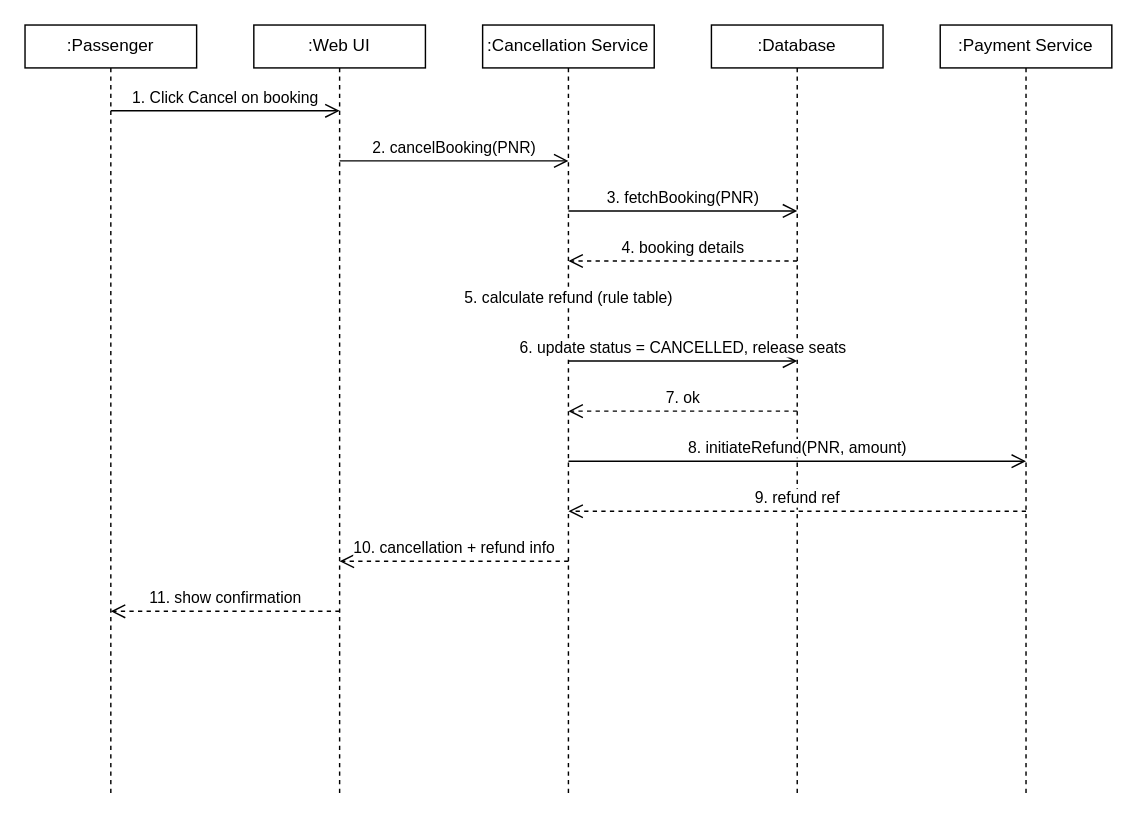
The draw.io diagram docs/sad/sequence-diagram-cancel-ticket.drawio in se-mini-project-t16/railway-reservation-system, before the edit. Source tidied: cells renumbered, new cells numbered last; positions are measured from the earlier drawing's top-left corner, leaving out a move shared by most shapes. Both pictures are drawn from the tidied source at 143%, with x=0, y=0 at pixel (24, 24).
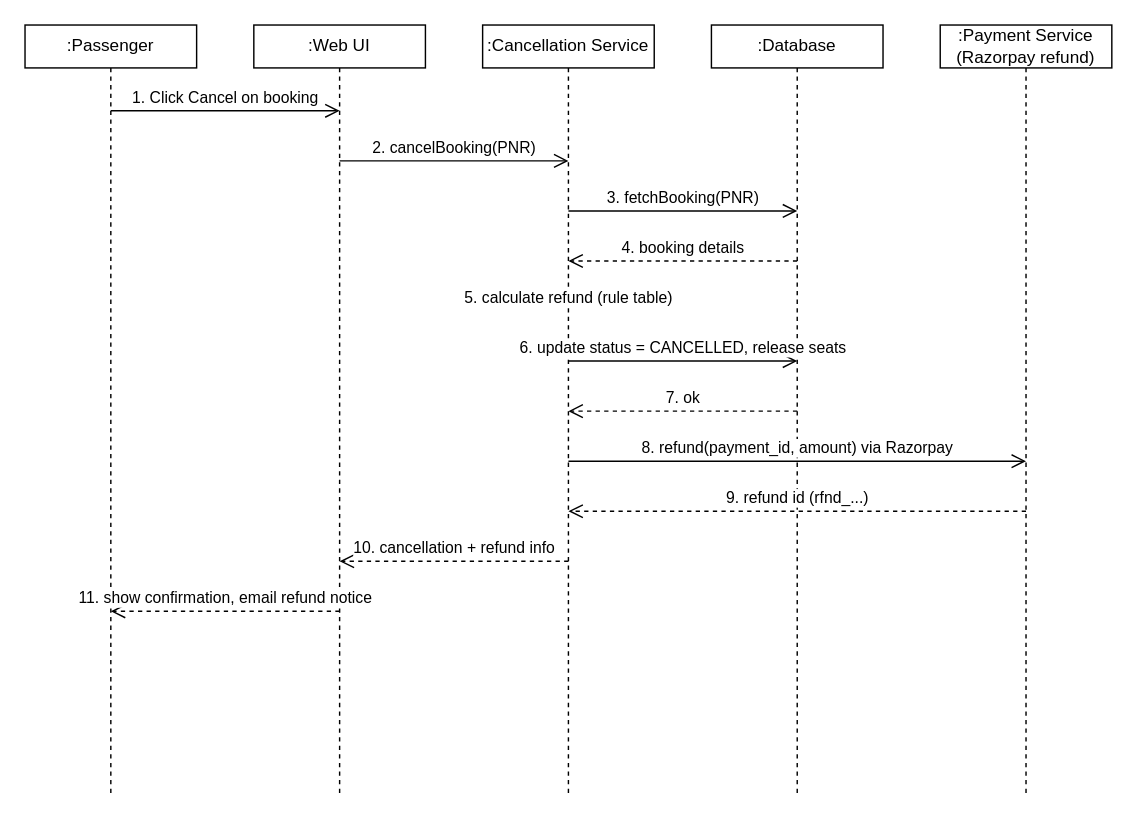
After the change.

What changed in the source:
```diff
@@
-    <mxCell id="6" value=":Payment Service" style="shape=umlLifeline;perimeter=lifelinePerimeter;whiteSpace=wrap;html=1;size=30;fillColor=none;strokeColor=#000000;fontColor=#000000;" parent="1" vertex="1">
+    <mxCell id="6" value=":Payment Service (Razorpay refund)" style="shape=umlLifeline;perimeter=lifelinePerimeter;whiteSpace=wrap;html=1;size=30;fillColor=none;strokeColor=#000000;fontColor=#000000;" parent="1" vertex="1">
       <mxGeometry x="640" width="120" height="540" as="geometry" />
     </mxCell>
@@
-    <mxCell id="14" value="8. initiateRefund(PNR, amount)" style="html=1;verticalAlign=bottom;endArrow=open;endSize=8;strokeColor=#000000;fontColor=#000000;" parent="1" edge="1">
+    <mxCell id="14" value="8. refund(payment_id, amount) via Razorpay" style="html=1;verticalAlign=bottom;endArrow=open;endSize=8;strokeColor=#000000;fontColor=#000000;" parent="1" edge="1">
       <mxGeometry relative="1" as="geometry">
         <mxPoint x="380" y="305" as="sourcePoint" />
         <mxPoint x="700" y="305" as="targetPoint" />
       </mxGeometry>
     </mxCell>
-    <mxCell id="15" value="9. refund ref" style="html=1;verticalAlign=bottom;endArrow=open;endSize=8;dashed=1;strokeColor=#000000;fontColor=#000000;" parent="1" edge="1">
+    <mxCell id="15" value="9. refund id (rfnd_...)" style="html=1;verticalAlign=bottom;endArrow=open;endSize=8;dashed=1;strokeColor=#000000;fontColor=#000000;" parent="1" edge="1">
       <mxGeometry relative="1" as="geometry">
         <mxPoint x="700" y="340" as="sourcePoint" />
         <mxPoint x="380" y="340" as="targetPoint" />
       </mxGeometry>
     </mxCell>
@@
-    <mxCell id="17" value="11. show confirmation" style="html=1;verticalAlign=bottom;endArrow=open;endSize=8;dashed=1;strokeColor=#000000;fontColor=#000000;" parent="1" edge="1">
+    <mxCell id="17" value="11. show confirmation, email refund notice" style="html=1;verticalAlign=bottom;endArrow=open;endSize=8;dashed=1;strokeColor=#000000;fontColor=#000000;" parent="1" edge="1">
       <mxGeometry relative="1" as="geometry">
         <mxPoint x="220" y="410" as="sourcePoint" />
         <mxPoint x="60" y="410" as="targetPoint" />
       </mxGeometry>
     </mxCell>
```
